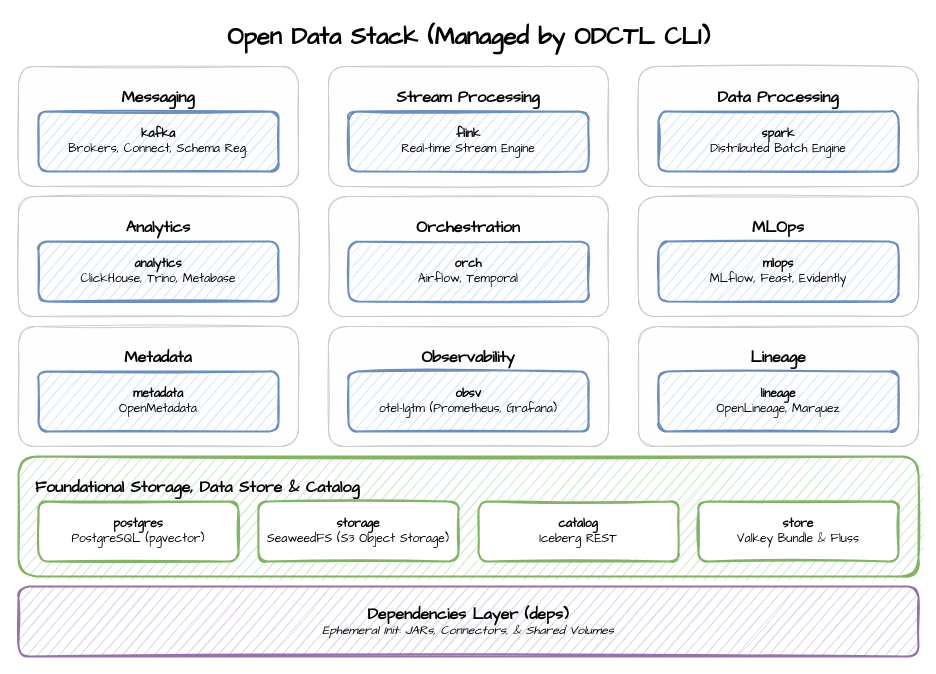
This is image/diagram.drawio from jaehyeon-kim/odctl, a draw.io file, before an edit. Source tidied: cells renumbered, new cells numbered last; positions are measured from the earlier drawing's top-left corner, leaving out a move shared by most shapes. Both pictures are drawn from the tidied source at 100%, with x=0, y=0 at pixel (18, 17).
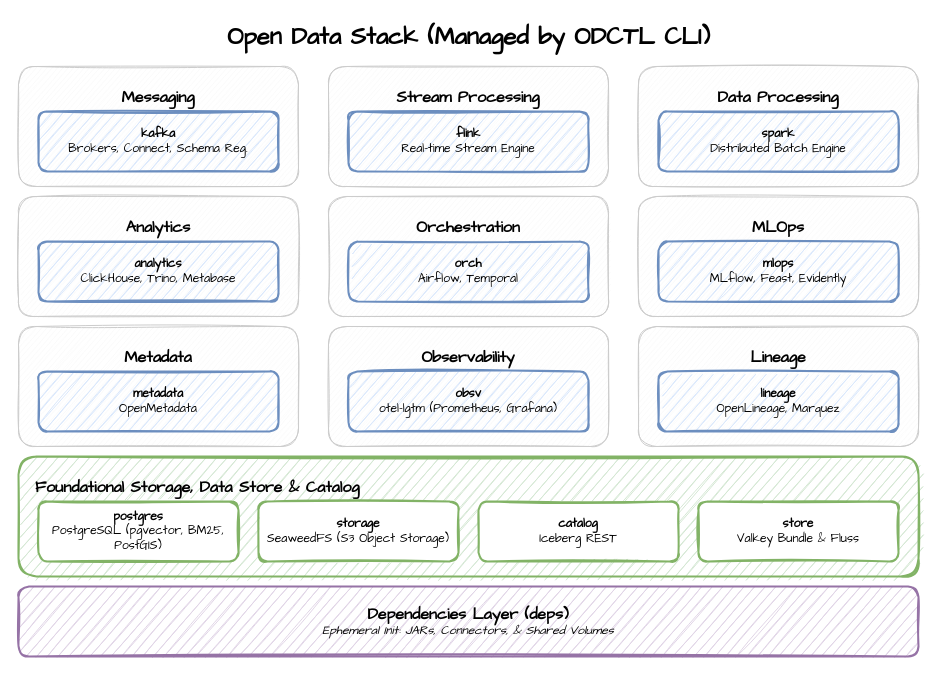
The same page after the edit.

Commit message (it also covers changes not shown here):
feat(postgres): odctl image with pgvector, pg_textsearch and PostGIS

Diff of the diagram source:
```diff
@@
-    <mxCell id="22" value="&lt;b&gt;postgres&lt;/b&gt;&lt;br&gt;PostgreSQL (pgvector)" style="rounded=1;whiteSpace=wrap;html=1;sketch=1;fillColor=#ffffff;strokeColor=#82b366;strokeWidth=2;fontFamily=Comic Sans MS;" parent="1" vertex="1">
+    <mxCell id="22" value="&lt;b&gt;postgres&lt;/b&gt;&lt;br&gt;PostgreSQL (pgvector, BM25, PostGIS)" style="rounded=1;whiteSpace=wrap;html=1;sketch=1;fillColor=#ffffff;strokeColor=#82b366;strokeWidth=2;fontFamily=Comic Sans MS;" parent="1" vertex="1">
       <mxGeometry x="20" y="484" width="200" height="60" as="geometry" />
     </mxCell>
```
